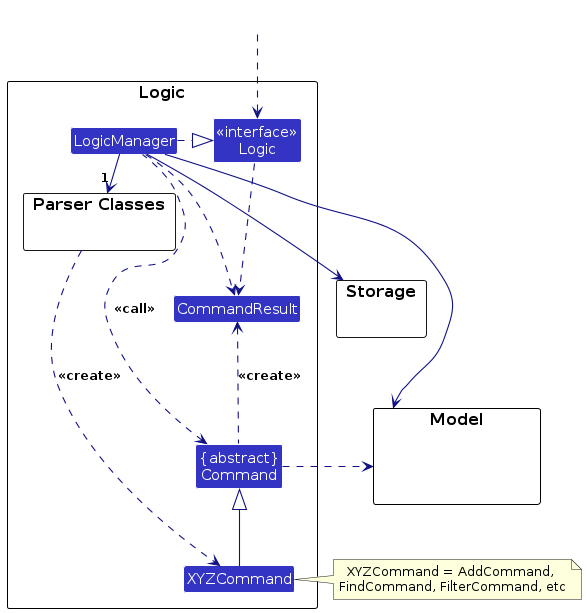
This is diagrams/LogicClassDiagram.png from AY2627S1-CS2103T-F12-1/tp, a PlantUML export, as it was before one commit. Its source is kept beside it as diagrams/LogicClassDiagram.puml.
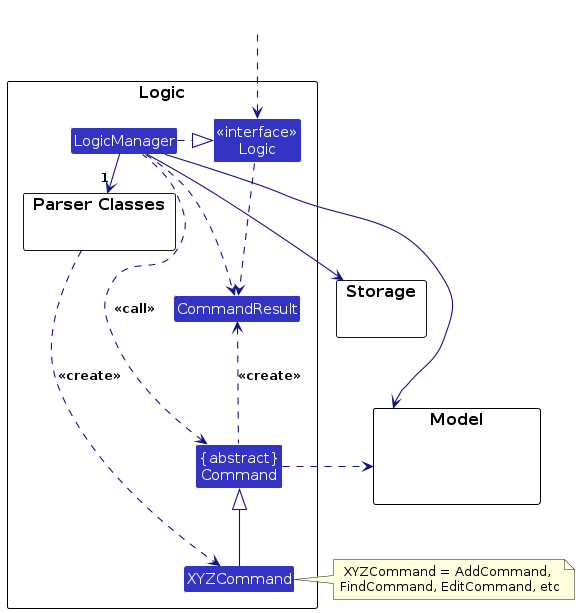
The same file after the commit.

The edit, as a diff of the source:
```diff
@@ -39,7 +39,7 @@
 Storage --[hidden] Model
 Command .[hidden]up.> Storage
 Command .right.> Model
-note right of XYZCommand: XYZCommand = AddCommand, \nFindCommand, FilterCommand, etc
+note right of XYZCommand: XYZCommand = AddCommand, \nFindCommand, EditCommand, etc
 
 Logic ..> CommandResult
 LogicManager .down.> CommandResult
```
